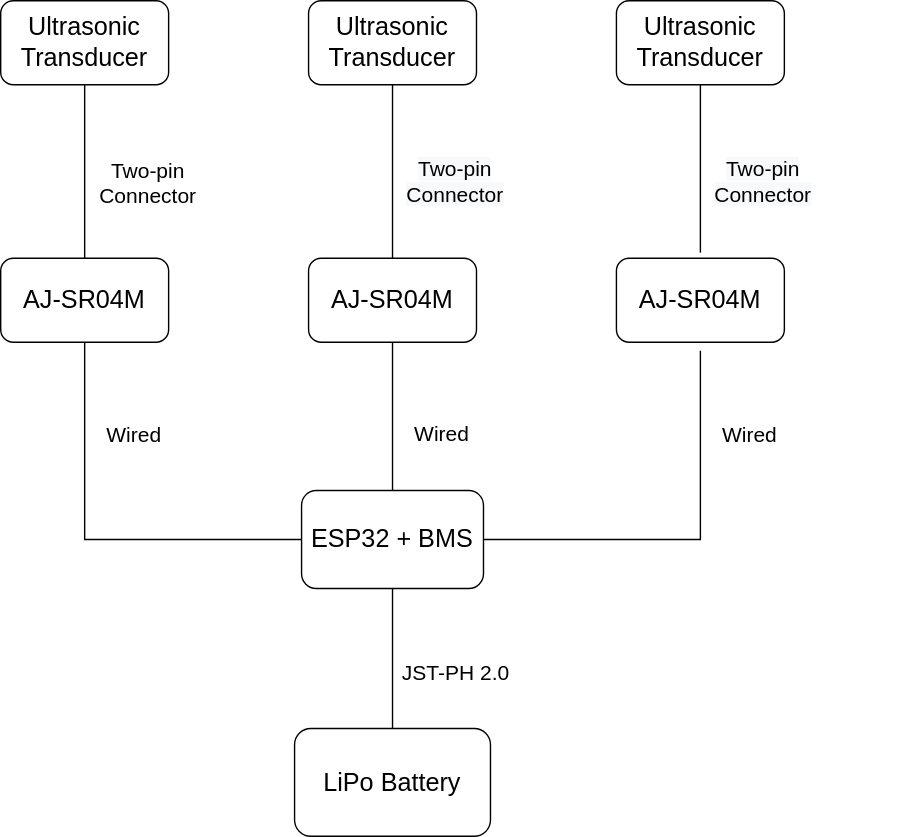
Before: SailTrack Wind/block-diagram.svg, a diagram exported from draw.io (metisvela/sailtrack). Source tidied: cells renumbered, new cells last; positions are measured from the earlier drawing's top-left corner, leaving out a move shared by most shapes. Source of this version:
```xml
<mxGraphModel background="#ffffff">
  <root>
    <mxCell id="0" />
    <mxCell id="1" parent="0" />
    <mxCell id="2" style="group;" parent="1" vertex="1">
      <mxGeometry width="650" height="597" as="geometry" />
    </mxCell>
    <mxCell id="3" value="&lt;font style=&quot;font-size: 18px&quot;&gt;ESP32 + BMS&lt;/font&gt;" style="rounded=1;whiteSpace=wrap;html=1;fontSize=16;" parent="2" vertex="1">
      <mxGeometry x="215" y="350" width="130" height="70" as="geometry" />
    </mxCell>
    <mxCell id="4" value="&lt;font style=&quot;font-size: 18px&quot;&gt;AJ-SR04M&lt;/font&gt;" style="rounded=1;whiteSpace=wrap;html=1;fontSize=16;" parent="2" vertex="1">
      <mxGeometry y="184" width="120" height="60" as="geometry" />
    </mxCell>
    <mxCell id="5" style="edgeStyle=orthogonalEdgeStyle;rounded=0;jettySize=auto;html=1;exitX=0;exitY=0.5;exitDx=0;exitDy=0;entryX=0.5;entryY=1;entryDx=0;entryDy=0;fontSize=16;endArrow=none;endFill=0;" parent="2" edge="1" source="3" target="4">
      <mxGeometry relative="1" as="geometry" />
    </mxCell>
    <mxCell id="6" value="&lt;font style=&quot;font-size: 18px&quot;&gt;AJ-SR04M&lt;/font&gt;" style="rounded=1;whiteSpace=wrap;html=1;fontSize=16;" parent="2" vertex="1">
      <mxGeometry x="220" y="184" width="120" height="60" as="geometry" />
    </mxCell>
    <mxCell id="7" style="edgeStyle=orthogonalEdgeStyle;rounded=0;jettySize=auto;html=1;exitX=0.5;exitY=0;exitDx=0;exitDy=0;entryX=0.5;entryY=1;entryDx=0;entryDy=0;fontSize=16;endArrow=none;endFill=0;" parent="2" edge="1" source="3" target="6">
      <mxGeometry relative="1" as="geometry" />
    </mxCell>
    <mxCell id="8" style="edgeStyle=orthogonalEdgeStyle;rounded=0;jettySize=auto;html=1;exitX=1;exitY=0.5;exitDx=0;exitDy=0;entryX=0.5;entryY=1;entryDx=0;entryDy=0;fontSize=16;endSize=6;endArrow=none;endFill=0;" parent="2" edge="1" source="3">
      <mxGeometry relative="1" as="geometry">
        <mxPoint x="500" y="250" as="targetPoint" />
      </mxGeometry>
    </mxCell>
    <mxCell id="9" value="&lt;font style=&quot;font-size: 18px&quot;&gt;Ultrasonic Transducer&lt;/font&gt;" style="rounded=1;whiteSpace=wrap;html=1;fontSize=16;" parent="2" vertex="1">
      <mxGeometry width="120" height="60" as="geometry" />
    </mxCell>
    <mxCell id="10" style="edgeStyle=orthogonalEdgeStyle;rounded=0;jettySize=auto;html=1;exitX=0.5;exitY=0;exitDx=0;exitDy=0;entryX=0.5;entryY=1;entryDx=0;entryDy=0;fontSize=16;endArrow=none;endFill=0;" parent="2" edge="1" source="4" target="9">
      <mxGeometry relative="1" as="geometry" />
    </mxCell>
    <mxCell id="11" value="&lt;font style=&quot;font-size: 18px&quot;&gt;Ultrasonic Transducer&lt;/font&gt;" style="rounded=1;whiteSpace=wrap;html=1;fontSize=16;" parent="2" vertex="1">
      <mxGeometry x="220" width="120" height="60" as="geometry" />
    </mxCell>
    <mxCell id="12" style="edgeStyle=orthogonalEdgeStyle;rounded=0;jettySize=auto;html=1;exitX=0.5;exitY=0;exitDx=0;exitDy=0;entryX=0.5;entryY=1;entryDx=0;entryDy=0;fontSize=16;endArrow=none;endFill=0;" parent="2" edge="1" source="6" target="11">
      <mxGeometry relative="1" as="geometry" />
    </mxCell>
    <mxCell id="13" value="&lt;font style=&quot;font-size: 18px&quot;&gt;Ultrasonic Transducer&lt;/font&gt;" style="rounded=1;whiteSpace=wrap;html=1;fontSize=16;" parent="2" vertex="1">
      <mxGeometry x="440" width="120" height="60" as="geometry" />
    </mxCell>
    <mxCell id="14" style="edgeStyle=orthogonalEdgeStyle;rounded=0;jettySize=auto;html=1;exitX=0.5;exitY=0;exitDx=0;exitDy=0;entryX=0.5;entryY=1;entryDx=0;entryDy=0;fontSize=16;startArrow=none;startFill=0;endArrow=none;endFill=0;" parent="2" edge="1" target="13">
      <mxGeometry relative="1" as="geometry">
        <mxPoint x="500" y="180" as="sourcePoint" />
      </mxGeometry>
    </mxCell>
    <mxCell id="15" value="&lt;span style=&quot;font-size: 18px&quot;&gt;LiPo Battery&lt;/span&gt;" style="rounded=1;whiteSpace=wrap;html=1;fontSize=16;" parent="2" vertex="1">
      <mxGeometry x="210" y="520" width="140" height="77" as="geometry" />
    </mxCell>
    <mxCell id="16" style="edgeStyle=orthogonalEdgeStyle;rounded=0;jettySize=auto;html=1;entryX=0.5;entryY=0;entryDx=0;entryDy=0;endArrow=none;endFill=0;" parent="2" edge="1" source="3" target="15">
      <mxGeometry relative="1" as="geometry" />
    </mxCell>
    <mxCell id="17" value="&lt;font style=&quot;font-size: 15px&quot;&gt;Two-pin &lt;br&gt;Connector&lt;/font&gt;" style="text;html=1;align=center;verticalAlign=middle;fillColor=none;strokeColor=none;rounded=0;" parent="2" vertex="1">
      <mxGeometry x="60" y="115" width="90" height="30" as="geometry" />
    </mxCell>
    <mxCell id="18" value="&lt;span style=&quot;color: rgb(0 , 0 , 0) ; font-family: &amp;#34;helvetica&amp;#34; ; font-size: 15px ; font-style: normal ; font-weight: 400 ; letter-spacing: normal ; text-indent: 0px ; text-transform: none ; word-spacing: 0px ; background-color: rgb(248 , 249 , 250) ; display: inline ; float: none&quot;&gt;Two-pin &lt;br&gt;Connector&lt;/span&gt;" style="text;whiteSpace=wrap;html=1;align=center;" parent="2" vertex="1">
      <mxGeometry x="290" y="105" width="70" height="30" as="geometry" />
    </mxCell>
    <mxCell id="19" value="&lt;span style=&quot;color: rgb(0 , 0 , 0) ; font-family: &amp;#34;helvetica&amp;#34; ; font-size: 15px ; font-style: normal ; font-weight: 400 ; letter-spacing: normal ; text-indent: 0px ; text-transform: none ; word-spacing: 0px ; background-color: rgb(248 , 249 , 250) ; display: inline ; float: none&quot;&gt;Two-pin &lt;br&gt;Connector&lt;/span&gt;" style="text;whiteSpace=wrap;html=1;align=center;" parent="2" vertex="1">
      <mxGeometry x="510" y="105" width="70" height="30" as="geometry" />
    </mxCell>
    <mxCell id="20" value="&lt;font style=&quot;font-size: 15px&quot;&gt;Wired&lt;/font&gt;" style="text;html=1;align=center;verticalAlign=middle;fillColor=none;strokeColor=none;rounded=0;" parent="2" vertex="1">
      <mxGeometry x="70" y="300" width="50" height="20" as="geometry" />
    </mxCell>
    <mxCell id="21" value="&lt;font style=&quot;font-size: 15px&quot;&gt;Wired&lt;/font&gt;" style="text;html=1;align=center;verticalAlign=middle;fillColor=none;strokeColor=none;rounded=0;" parent="2" vertex="1">
      <mxGeometry x="290" y="299" width="50" height="20" as="geometry" />
    </mxCell>
    <mxCell id="22" value="&lt;font style=&quot;font-size: 15px&quot;&gt;Wired&lt;/font&gt;" style="text;html=1;align=center;verticalAlign=middle;fillColor=none;strokeColor=none;rounded=0;" parent="2" vertex="1">
      <mxGeometry x="510" y="300" width="50" height="20" as="geometry" />
    </mxCell>
    <mxCell id="23" value="&lt;font style=&quot;font-size: 15px&quot;&gt;JST-PH 2.0&lt;/font&gt;" style="text;html=1;align=center;verticalAlign=middle;fillColor=none;strokeColor=none;rounded=0;" parent="2" vertex="1">
      <mxGeometry x="280" y="470" width="90" height="20" as="geometry" />
    </mxCell>
    <mxCell id="24" value="&lt;font style=&quot;font-size: 18px&quot;&gt;AJ-SR04M&lt;/font&gt;" style="rounded=1;whiteSpace=wrap;html=1;fontSize=16;" parent="2" vertex="1">
      <mxGeometry x="440" y="184" width="120" height="60" as="geometry" />
    </mxCell>
    <mxCell id="25" style="edgeStyle=orthogonalEdgeStyle;rounded=0;orthogonalLoop=1;jettySize=auto;html=1;exitX=0.5;exitY=1;exitDx=0;exitDy=0;endArrow=none;endFill=0;" parent="2" edge="1" source="19" target="19">
      <mxGeometry relative="1" as="geometry" />
    </mxCell>
  </root>
</mxGraphModel>
```
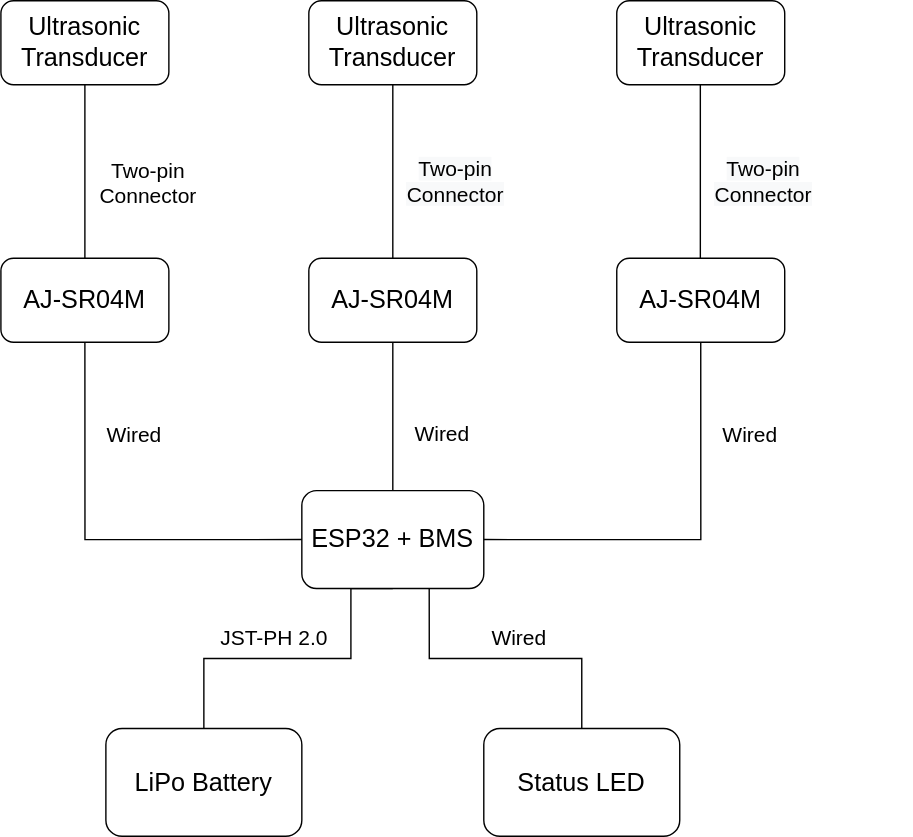
After the commit.

The edit, as a diff of the source:
```diff
@@ -5,6 +5,15 @@
     <mxCell id="2" style="group;" parent="1" vertex="1">
       <mxGeometry width="650" height="597" as="geometry" />
     </mxCell>
+    <mxCell id="16" style="edgeStyle=orthogonalEdgeStyle;rounded=0;jettySize=auto;html=1;exitX=0.5;exitY=1;exitDx=0;exitDy=0;entryX=0.5;entryY=0;entryDx=0;entryDy=0;endArrow=none;endFill=0;" parent="2" edge="1" source="3" target="15">
+      <mxGeometry relative="1" as="geometry">
+        <Array as="points">
+          <mxPoint x="250" y="420" />
+          <mxPoint x="250" y="470" />
+          <mxPoint x="145" y="470" />
+        </Array>
+      </mxGeometry>
+    </mxCell>
     <mxCell id="3" value="&lt;font style=&quot;font-size: 18px&quot;&gt;ESP32 + BMS&lt;/font&gt;" style="rounded=1;whiteSpace=wrap;html=1;fontSize=16;" parent="2" vertex="1">
       <mxGeometry x="215" y="350" width="130" height="70" as="geometry" />
     </mxCell>
@@ -20,10 +29,8 @@
     <mxCell id="7" style="edgeStyle=orthogonalEdgeStyle;rounded=0;jettySize=auto;html=1;exitX=0.5;exitY=0;exitDx=0;exitDy=0;entryX=0.5;entryY=1;entryDx=0;entryDy=0;fontSize=16;endArrow=none;endFill=0;" parent="2" edge="1" source="3" target="6">
       <mxGeometry relative="1" as="geometry" />
     </mxCell>
-    <mxCell id="8" style="edgeStyle=orthogonalEdgeStyle;rounded=0;jettySize=auto;html=1;exitX=1;exitY=0.5;exitDx=0;exitDy=0;entryX=0.5;entryY=1;entryDx=0;entryDy=0;fontSize=16;endSize=6;endArrow=none;endFill=0;" parent="2" edge="1" source="3">
-      <mxGeometry relative="1" as="geometry">
-        <mxPoint x="500" y="250" as="targetPoint" />
-      </mxGeometry>
+    <mxCell id="8" style="edgeStyle=orthogonalEdgeStyle;rounded=0;jettySize=auto;html=1;exitX=1;exitY=0.5;exitDx=0;exitDy=0;entryX=0.5;entryY=1;entryDx=0;entryDy=0;fontSize=16;endSize=6;endArrow=none;endFill=0;" parent="2" edge="1" source="3" target="24">
+      <mxGeometry relative="1" as="geometry" />
     </mxCell>
     <mxCell id="9" value="&lt;font style=&quot;font-size: 18px&quot;&gt;Ultrasonic Transducer&lt;/font&gt;" style="rounded=1;whiteSpace=wrap;html=1;fontSize=16;" parent="2" vertex="1">
       <mxGeometry width="120" height="60" as="geometry" />
@@ -40,17 +47,9 @@
     <mxCell id="13" value="&lt;font style=&quot;font-size: 18px&quot;&gt;Ultrasonic Transducer&lt;/font&gt;" style="rounded=1;whiteSpace=wrap;html=1;fontSize=16;" parent="2" vertex="1">
       <mxGeometry x="440" width="120" height="60" as="geometry" />
     </mxCell>
-    <mxCell id="14" style="edgeStyle=orthogonalEdgeStyle;rounded=0;jettySize=auto;html=1;exitX=0.5;exitY=0;exitDx=0;exitDy=0;entryX=0.5;entryY=1;entryDx=0;entryDy=0;fontSize=16;startArrow=none;startFill=0;endArrow=none;endFill=0;" parent="2" edge="1" target="13">
-      <mxGeometry relative="1" as="geometry">
-        <mxPoint x="500" y="180" as="sourcePoint" />
-      </mxGeometry>
-    </mxCell>
     <mxCell id="15" value="&lt;span style=&quot;font-size: 18px&quot;&gt;LiPo Battery&lt;/span&gt;" style="rounded=1;whiteSpace=wrap;html=1;fontSize=16;" parent="2" vertex="1">
-      <mxGeometry x="210" y="520" width="140" height="77" as="geometry" />
+      <mxGeometry x="75" y="520" width="140" height="77" as="geometry" />
     </mxCell>
-    <mxCell id="16" style="edgeStyle=orthogonalEdgeStyle;rounded=0;jettySize=auto;html=1;entryX=0.5;entryY=0;entryDx=0;entryDy=0;endArrow=none;endFill=0;" parent="2" edge="1" source="3" target="15">
-      <mxGeometry relative="1" as="geometry" />
-    </mxCell>
     <mxCell id="17" value="&lt;font style=&quot;font-size: 15px&quot;&gt;Two-pin &lt;br&gt;Connector&lt;/font&gt;" style="text;html=1;align=center;verticalAlign=middle;fillColor=none;strokeColor=none;rounded=0;" parent="2" vertex="1">
       <mxGeometry x="60" y="115" width="90" height="30" as="geometry" />
     </mxCell>
@@ -70,7 +69,7 @@
       <mxGeometry x="510" y="300" width="50" height="20" as="geometry" />
     </mxCell>
     <mxCell id="23" value="&lt;font style=&quot;font-size: 15px&quot;&gt;JST-PH 2.0&lt;/font&gt;" style="text;html=1;align=center;verticalAlign=middle;fillColor=none;strokeColor=none;rounded=0;" parent="2" vertex="1">
-      <mxGeometry x="280" y="470" width="90" height="20" as="geometry" />
+      <mxGeometry x="150" y="445" width="90" height="20" as="geometry" />
     </mxCell>
     <mxCell id="24" value="&lt;font style=&quot;font-size: 18px&quot;&gt;AJ-SR04M&lt;/font&gt;" style="rounded=1;whiteSpace=wrap;html=1;fontSize=16;" parent="2" vertex="1">
       <mxGeometry x="440" y="184" width="120" height="60" as="geometry" />
@@ -78,5 +77,20 @@
     <mxCell id="25" style="edgeStyle=orthogonalEdgeStyle;rounded=0;orthogonalLoop=1;jettySize=auto;html=1;exitX=0.5;exitY=1;exitDx=0;exitDy=0;endArrow=none;endFill=0;" parent="2" edge="1" source="19" target="19">
       <mxGeometry relative="1" as="geometry" />
     </mxCell>
+    <mxCell id="26" style="edgeStyle=orthogonalEdgeStyle;rounded=0;orthogonalLoop=1;jettySize=auto;html=1;exitX=0.5;exitY=0;exitDx=0;exitDy=0;entryX=0.5;entryY=1;entryDx=0;entryDy=0;fontSize=16;endArrow=none;endFill=0;" parent="2" edge="1">
+      <mxGeometry relative="1" as="geometry">
+        <mxPoint x="499.7" y="184" as="sourcePoint" />
+        <mxPoint x="499.7" y="60" as="targetPoint" />
+      </mxGeometry>
+    </mxCell>
+    <mxCell id="27" style="edgeStyle=orthogonalEdgeStyle;rounded=0;jettySize=auto;html=1;exitX=0.5;exitY=0;exitDx=0;exitDy=0;entryX=0.7;entryY=0.998;entryDx=0;entryDy=0;entryPerimeter=0;endArrow=none;endFill=0;" parent="2" edge="1" source="28" target="3">
+      <mxGeometry relative="1" as="geometry" />
+    </mxCell>
+    <mxCell id="28" value="&lt;span style=&quot;font-size: 18px&quot;&gt;Status LED&lt;/span&gt;" style="rounded=1;whiteSpace=wrap;html=1;fontSize=16;" parent="2" vertex="1">
+      <mxGeometry x="345" y="520" width="140" height="77" as="geometry" />
+    </mxCell>
+    <mxCell id="29" value="&lt;font style=&quot;font-size: 15px&quot;&gt;Wired&lt;/font&gt;" style="text;html=1;align=center;verticalAlign=middle;" parent="2" vertex="1">
+      <mxGeometry x="345" y="445" width="50" height="20" as="geometry" />
+    </mxCell>
   </root>
 </mxGraphModel>
```
